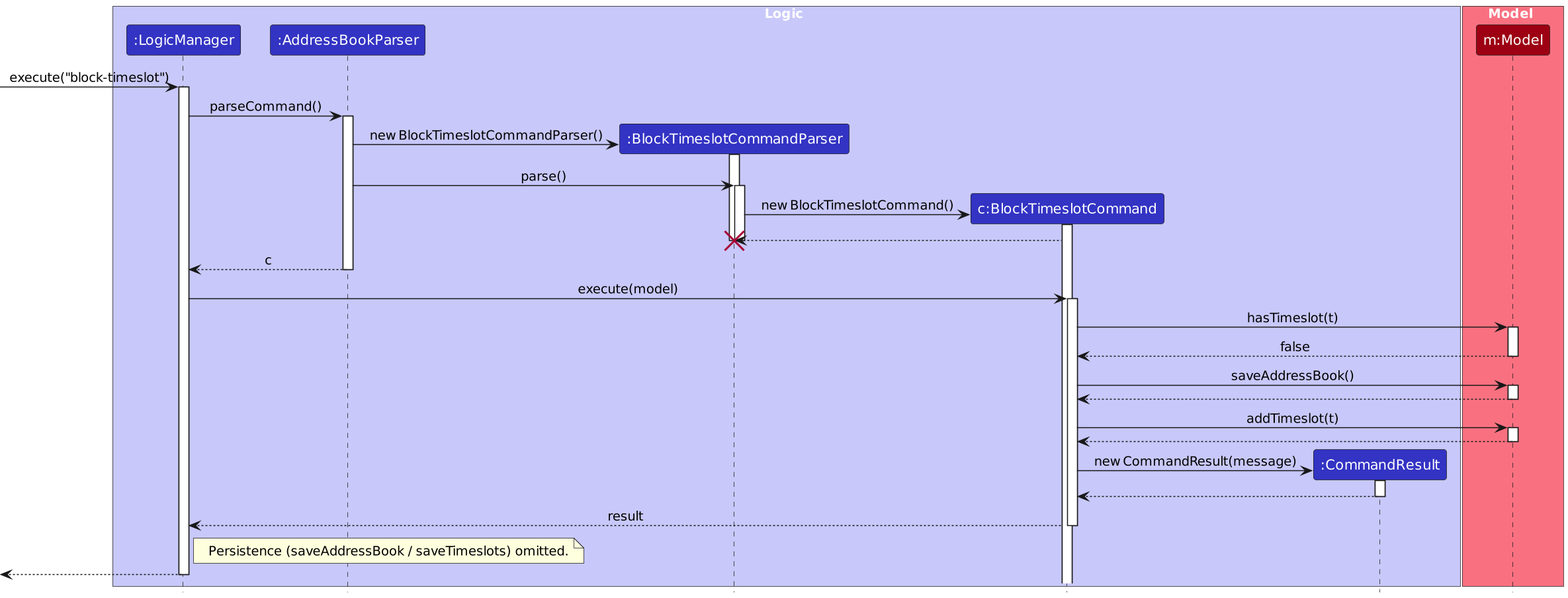
This is diagrams/Timeslots/BlockTimeslotSequenceDiagram.png from AY2526S1-CS2103T-T09-3/tp, a PlantUML export, as it was before one commit. Its source is kept beside it as diagrams/Timeslots/BlockTimeslotSequenceDiagram.puml.
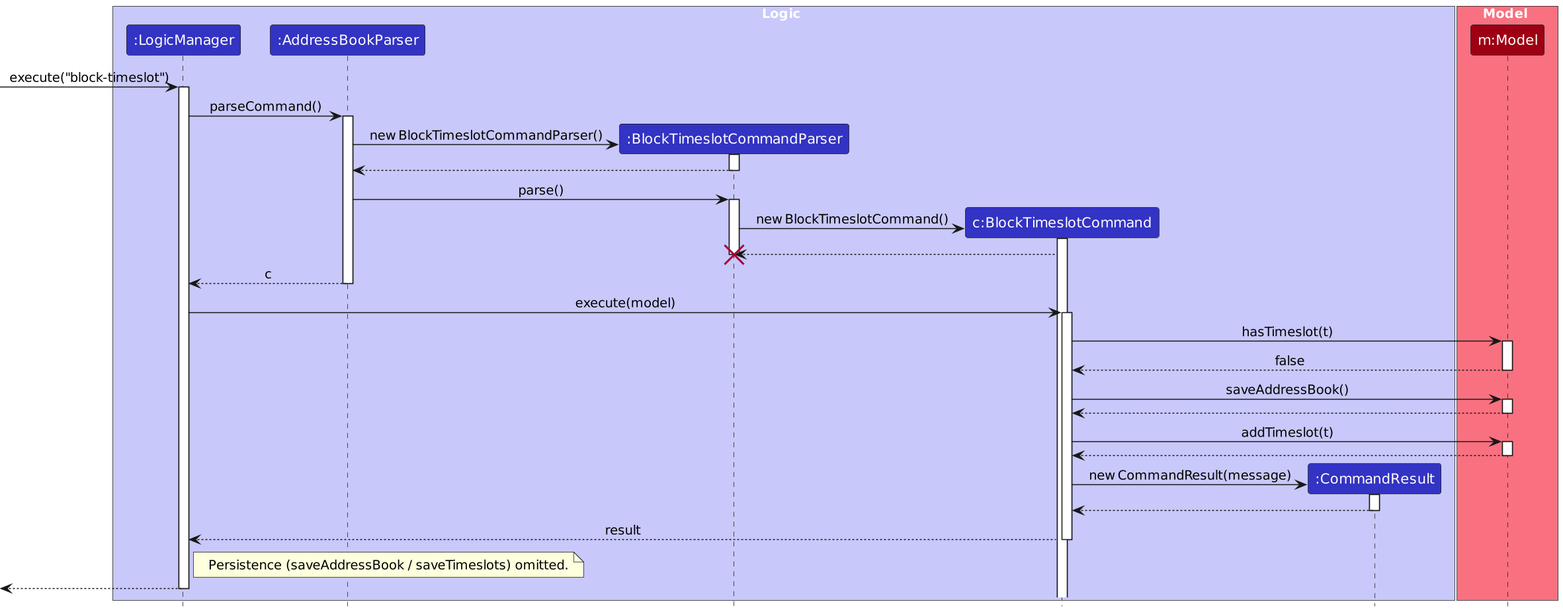
After the commit.

What changed in the source:
```diff
@@ -23,6 +23,8 @@
 create BlockTimeslotCommandParser
 AddressBookParser -> BlockTimeslotCommandParser : new BlockTimeslotCommandParser()
 activate BlockTimeslotCommandParser
+AddressBookParser <-- BlockTimeslotCommandParser
+deactivate BlockTimeslotCommandParser
 
 AddressBookParser -> BlockTimeslotCommandParser : parse()
 activate BlockTimeslotCommandParser
```
